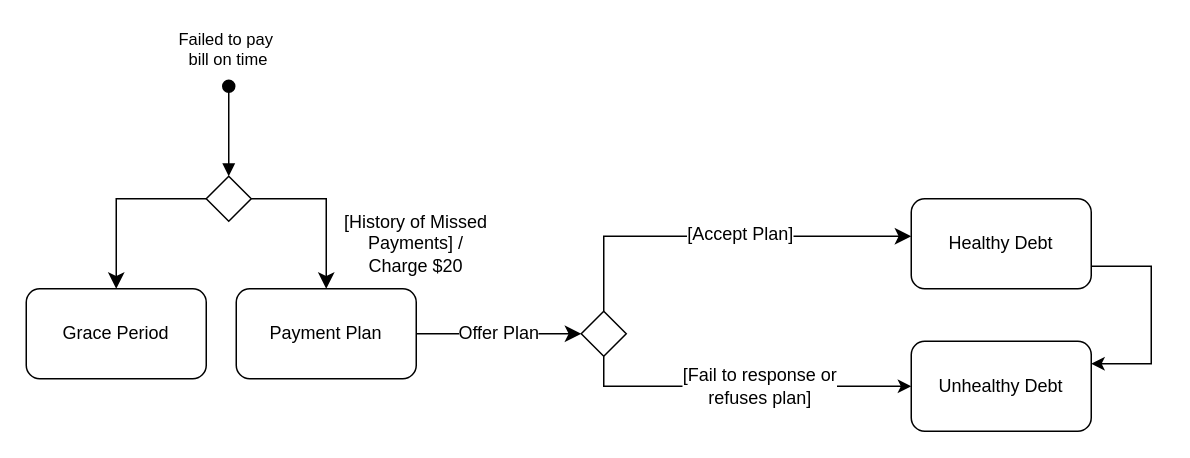
Earlier version of the draw.io diagram page "Page-2" (2 of 2) of workshop6_week7.drawio (antonykimuom/SWEN30006-2025-SM1-workshop1-tuew05-14-00-team-12). Source tidied: cells renumbered, new cells numbered last; positions are measured from the earlier drawing's top-left corner, leaving out a move shared by most shapes. Both pictures are drawn from the tidied source at 150%, with x=0, y=0 at pixel (26, 26).
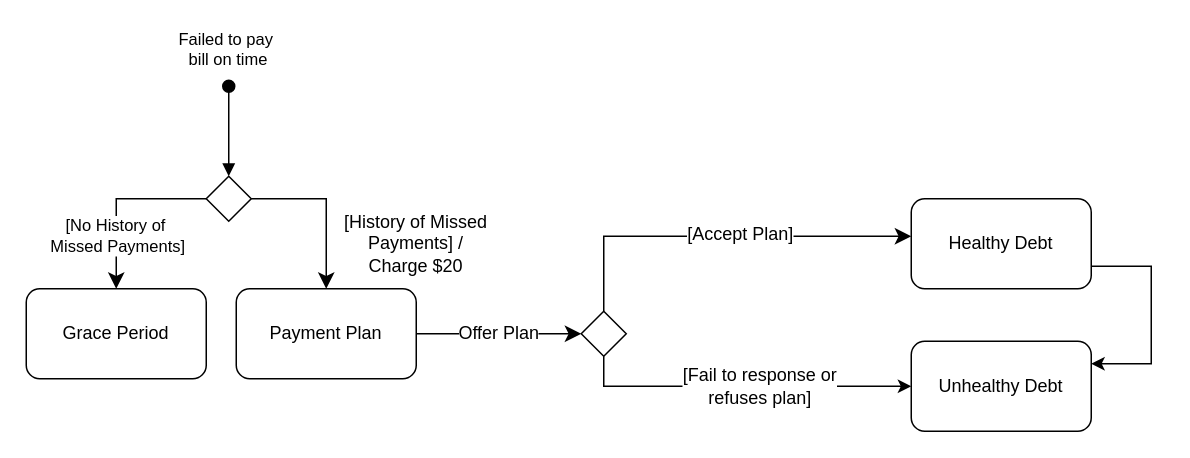
Above is the later version.

Commit message:
added another label

Unchanged cells that the change refers to:
```xml
<mxCell id="17" style="edgeStyle=orthogonalEdgeStyle;rounded=0;jettySize=auto;html=1;fontSize=12;startSize=8;endSize=8;exitX=0;exitY=0.5;exitDx=0;exitDy=0;entryX=0.5;entryY=0;entryDx=0;entryDy=0;" parent="1" edge="1" source="15" target="9">
  <mxGeometry relative="1" as="geometry">
    <Array as="points">
      <mxPoint x="60" y="115" />
    </Array>
  </mxGeometry>
</mxCell>
```

Change to the diagram source:
```diff
@@
+    <mxCell id="19" value="[No History of&amp;nbsp;&lt;div&gt;Missed Payments]&lt;/div&gt;" style="edgeLabel;html=1;align=center;verticalAlign=middle;" parent="17" vertex="1">
+      <mxGeometry x="0.4" relative="1" as="geometry" />
+    </mxCell>
```
